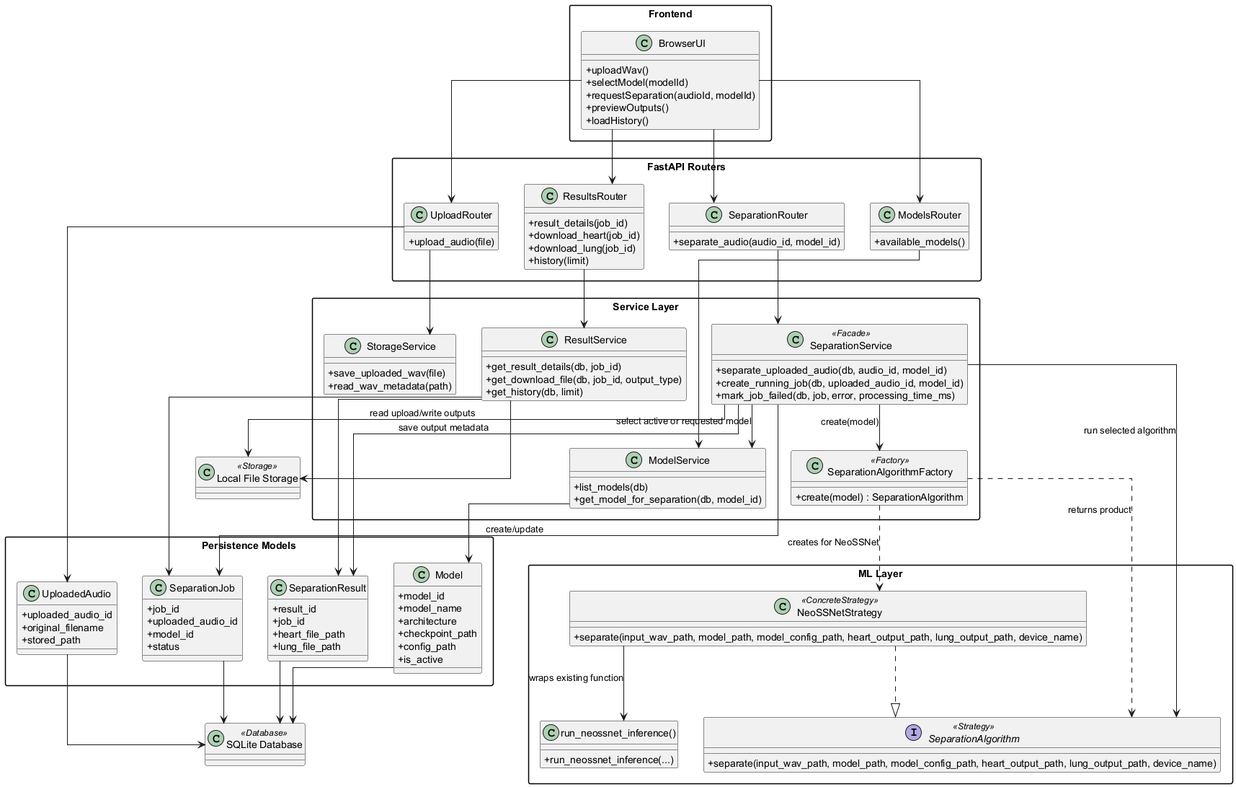
The PlantUML diagram docs/software_design_report/diagrams/img/overall_class_diagram.png in ASHRAF-2004/Machine-Learning-Based-System-for-Cardiopulmonary-Sound-Separation, before a commit.
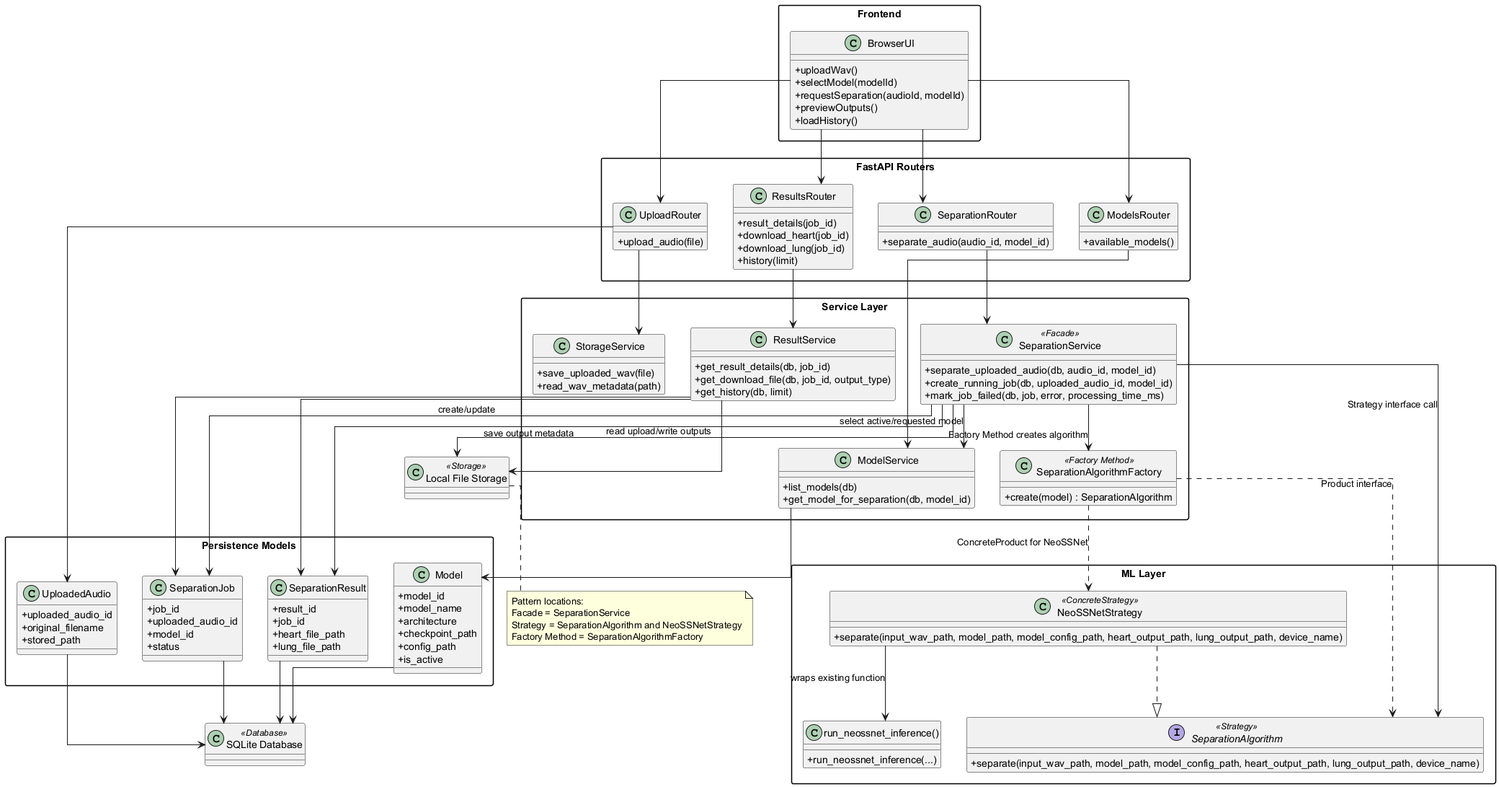
After the change.

Change to the diagram source:
```diff
@@ -59,7 +59,7 @@
     +get_history(db, limit)
   }
 
-  class SeparationAlgorithmFactory <<Factory>> {
+  class SeparationAlgorithmFactory <<Factory Method>> {
     +create(model) : SeparationAlgorithm
   }
 }
@@ -123,16 +123,16 @@
 SeparationRouter --> SeparationService
 ResultsRouter --> ResultService
 
-SeparationService --> ModelService : select active or requested model
-SeparationService --> SeparationAlgorithmFactory : create(model)
-SeparationService --> SeparationAlgorithm : run selected algorithm
+SeparationService --> ModelService : select active/requested model
+SeparationService --> SeparationAlgorithmFactory : Factory Method creates algorithm
+SeparationService --> SeparationAlgorithm : Strategy interface call
 SeparationService --> SeparationJob : create/update
 SeparationService --> SeparationResult : save output metadata
 SeparationService --> FileStorage : read upload/write outputs
 
 ModelService --> Model
-SeparationAlgorithmFactory ..> SeparationAlgorithm : returns product
-SeparationAlgorithmFactory ..> NeoSSNetStrategy : creates for NeoSSNet
+SeparationAlgorithmFactory ..> SeparationAlgorithm : Product interface
+SeparationAlgorithmFactory ..> NeoSSNetStrategy : ConcreteProduct for NeoSSNet
 NeoSSNetStrategy ..|> SeparationAlgorithm
 NeoSSNetStrategy --> NeoSSNetInference : wraps existing function
 
@@ -145,4 +145,11 @@
 SeparationJob --> SQLite
 SeparationResult --> SQLite
 
+note bottom
+  Pattern locations:
+  Facade = SeparationService
+  Strategy = SeparationAlgorithm and NeoSSNetStrategy
+  Factory Method = SeparationAlgorithmFactory
+end note
+
 @enduml
```
